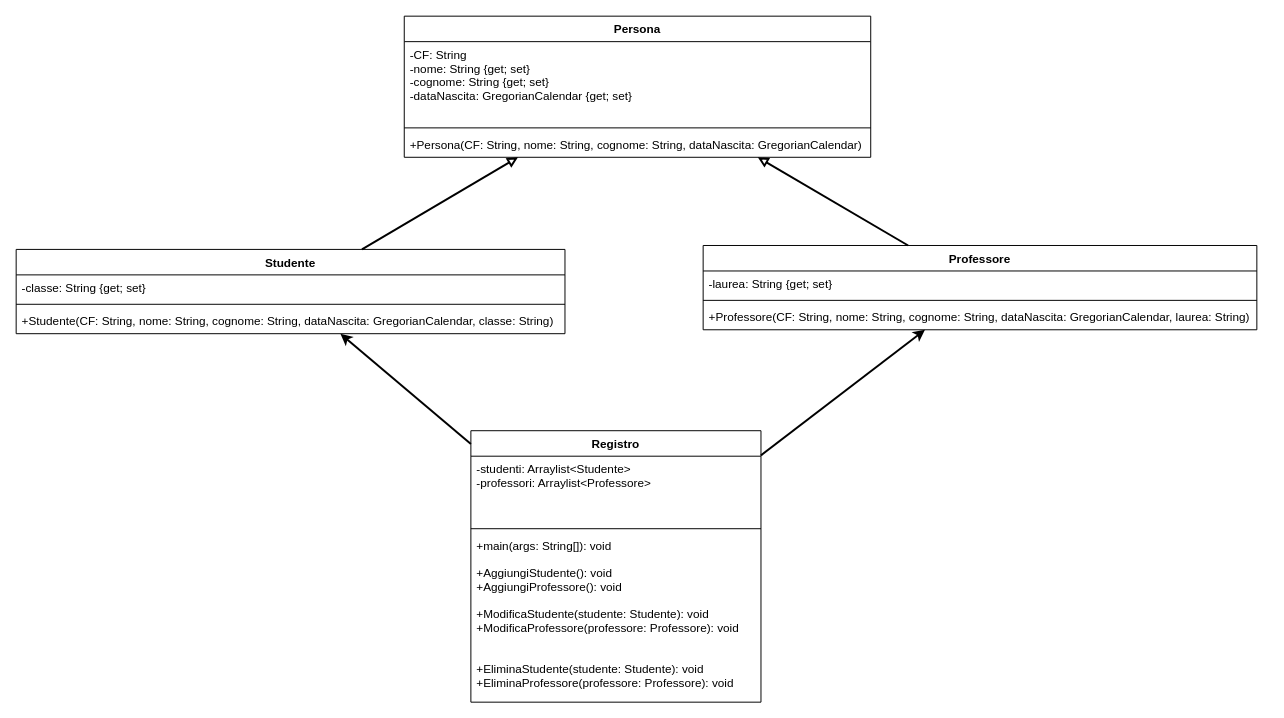
Above: Pardini_Fabrizio_5CM_2022-04-27_ScuolaJava/Pardini_Fabrizio_5CM_2022-04-27_ScuolaJava.drawio in ironlanderl/EsTPSIT2 (draw.io), before the change. Source tidied: cells renumbered, new cells numbered last; positions are measured from the earlier drawing's top-left corner, leaving out a move shared by most shapes. Both pictures are drawn from the tidied source at 98%, with x=0, y=0 at pixel (16, 16).
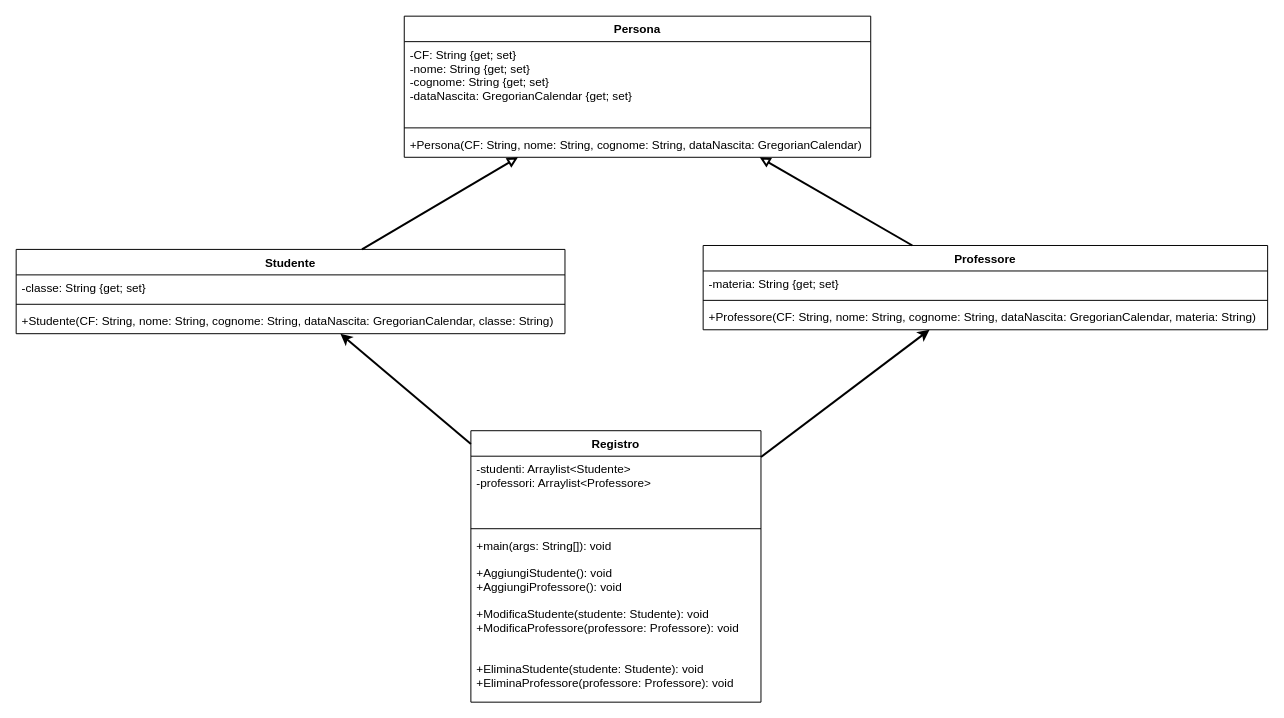
Above is the later version.

Unchanged cells that the change refers to:
```xml
<mxCell id="2" value="Persona" style="swimlane;fontStyle=1;align=center;verticalAlign=top;horizontal=1;startSize=26;" parent="1" vertex="1">
  <mxGeometry x="396" width="476" height="144" as="geometry" />
</mxCell>
```

The edit, as a diff of the source:
```diff
@@
-    <mxCell id="3" value="-CF: String&#10;-nome: String {get; set}&#10;-cognome: String {get; set}&#10;-dataNascita: GregorianCalendar {get; set}" style="text;strokeColor=none;fillColor=none;align=left;verticalAlign=top;spacingLeft=4;spacingRight=4;overflow=hidden;" parent="2" vertex="1">
+    <mxCell id="3" value="-CF: String {get; set}&#10;-nome: String {get; set}&#10;-cognome: String {get; set}&#10;-dataNascita: GregorianCalendar {get; set}" style="text;strokeColor=none;fillColor=none;align=left;verticalAlign=top;spacingLeft=4;spacingRight=4;overflow=hidden;" parent="2" vertex="1">
       <mxGeometry y="26" width="476" height="84" as="geometry" />
     </mxCell>
@@
     <mxCell id="10" value="Professore" style="swimlane;fontStyle=1;align=center;verticalAlign=top;horizontal=1;startSize=26;" parent="1" vertex="1">
-      <mxGeometry x="701" y="234" width="565" height="86" as="geometry" />
+      <mxGeometry x="701" y="234" width="576" height="86" as="geometry" />
     </mxCell>
-    <mxCell id="11" value="-laurea: String {get; set}" style="text;strokeColor=none;fillColor=none;align=left;verticalAlign=top;spacingLeft=4;spacingRight=4;overflow=hidden;" parent="10" vertex="1">
-      <mxGeometry y="26" width="565" height="26" as="geometry" />
+    <mxCell id="11" value="-materia: String {get; set}" style="text;strokeColor=none;fillColor=none;align=left;verticalAlign=top;spacingLeft=4;spacingRight=4;overflow=hidden;" parent="10" vertex="1">
+      <mxGeometry y="26" width="576" height="26" as="geometry" />
     </mxCell>
     <mxCell id="12" style="line;strokeWidth=1;fillColor=none;align=left;verticalAlign=middle;spacingTop=-1;spacingLeft=3;spacingRight=3;labelPosition=right;" parent="10" vertex="1">
-      <mxGeometry y="52" width="565" height="8" as="geometry" />
+      <mxGeometry y="52" width="576" height="8" as="geometry" />
     </mxCell>
-    <mxCell id="13" value="+Professore(CF: String, nome: String, cognome: String, dataNascita: GregorianCalendar, laurea: String)" style="text;strokeColor=none;fillColor=none;align=left;verticalAlign=top;spacingLeft=4;spacingRight=4;overflow=hidden;" parent="10" vertex="1">
-      <mxGeometry y="60" width="565" height="26" as="geometry" />
+    <mxCell id="13" value="+Professore(CF: String, nome: String, cognome: String, dataNascita: GregorianCalendar, materia: String)" style="text;strokeColor=none;fillColor=none;align=left;verticalAlign=top;spacingLeft=4;spacingRight=4;overflow=hidden;" parent="10" vertex="1">
+      <mxGeometry y="60" width="576" height="26" as="geometry" />
     </mxCell>
```
